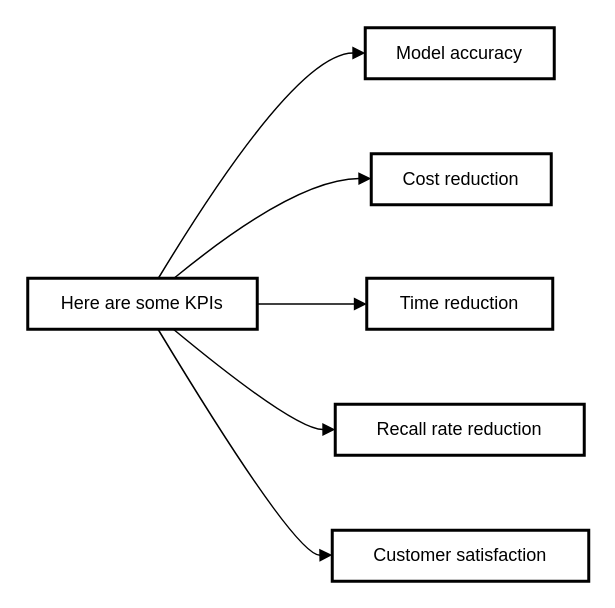
Above: img/KPI.drawio in ElmTran/ImgStg (draw.io), before the change. Source tidied: cells renumbered, new cells numbered last; positions are measured from the earlier drawing's top-left corner, leaving out a move shared by most shapes. Both pictures are drawn from the tidied source at 150%, with x=0, y=0 at pixel (27, 27).
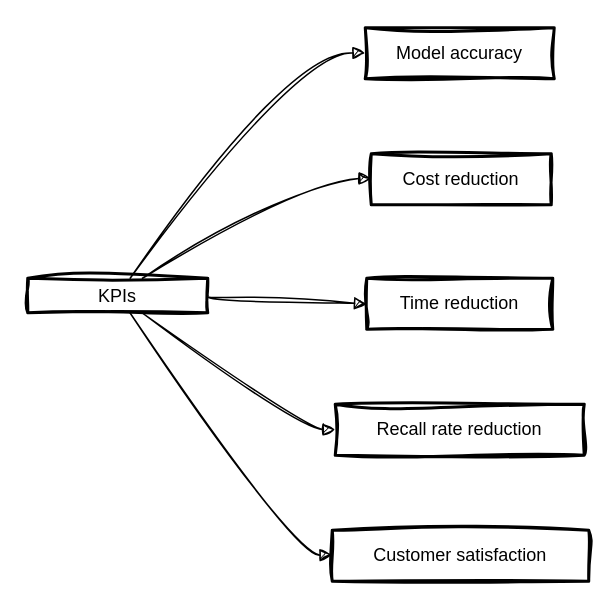
After the change.

Change to the diagram source:
```diff
@@
 <mxGraphModel>
   <root>
     <mxCell id="0" />
     <mxCell id="1" parent="0" />
-    <mxCell id="2" value="Here are some KPIs" style="whiteSpace=wrap;strokeWidth=2;" parent="1" vertex="1">
-      <mxGeometry y="167" width="153" height="34" as="geometry" />
+    <mxCell id="2" value="KPIs" style="whiteSpace=wrap;strokeWidth=2;labelBackgroundColor=none;rounded=0;sketch=1;curveFitting=1;jiggle=2;" parent="1" vertex="1">
+      <mxGeometry y="167" width="120" height="23" as="geometry" />
     </mxCell>
-    <mxCell id="3" value="Model accuracy" style="whiteSpace=wrap;strokeWidth=2;" parent="1" vertex="1">
+    <mxCell id="3" value="Model accuracy" style="whiteSpace=wrap;strokeWidth=2;labelBackgroundColor=none;rounded=0;sketch=1;curveFitting=1;jiggle=2;" parent="1" vertex="1">
       <mxGeometry x="225" width="126" height="34" as="geometry" />
     </mxCell>
-    <mxCell id="4" value="Cost reduction" style="whiteSpace=wrap;strokeWidth=2;" parent="1" vertex="1">
+    <mxCell id="4" value="Cost reduction" style="whiteSpace=wrap;strokeWidth=2;labelBackgroundColor=none;rounded=0;sketch=1;curveFitting=1;jiggle=2;" parent="1" vertex="1">
       <mxGeometry x="229" y="84" width="120" height="34" as="geometry" />
     </mxCell>
-    <mxCell id="5" value="Time reduction" style="whiteSpace=wrap;strokeWidth=2;" parent="1" vertex="1">
+    <mxCell id="5" value="Time reduction" style="whiteSpace=wrap;strokeWidth=2;labelBackgroundColor=none;rounded=0;sketch=1;curveFitting=1;jiggle=2;" parent="1" vertex="1">
       <mxGeometry x="226" y="167" width="124" height="34" as="geometry" />
     </mxCell>
-    <mxCell id="6" value="Recall rate reduction" style="whiteSpace=wrap;strokeWidth=2;" parent="1" vertex="1">
+    <mxCell id="6" value="Recall rate reduction" style="whiteSpace=wrap;strokeWidth=2;labelBackgroundColor=none;rounded=0;sketch=1;curveFitting=1;jiggle=2;" parent="1" vertex="1">
       <mxGeometry x="205" y="251" width="166" height="34" as="geometry" />
     </mxCell>
-    <mxCell id="7" value="Customer satisfaction" style="whiteSpace=wrap;strokeWidth=2;" parent="1" vertex="1">
+    <mxCell id="7" value="Customer satisfaction" style="whiteSpace=wrap;strokeWidth=2;labelBackgroundColor=none;rounded=0;sketch=1;curveFitting=1;jiggle=2;" parent="1" vertex="1">
       <mxGeometry x="203" y="335" width="171" height="34" as="geometry" />
     </mxCell>
-    <mxCell id="8" style="curved=1;startArrow=none;endArrow=block;exitX=0.5677291882320249;exitY=0.009803996366613051;entryX=0.0029349251398964535;entryY=0.4950980579151827;" parent="1" edge="1" source="2" target="3">
+    <mxCell id="8" style="curved=1;startArrow=none;endArrow=block;exitX=0.5677291882320249;exitY=0.009803996366613051;entryX=0.0029349251398964535;entryY=0.4950980579151827;labelBackgroundColor=none;fontColor=default;rounded=0;sketch=1;curveFitting=1;jiggle=2;" parent="1" edge="1" source="2" target="3">
       <mxGeometry relative="1" as="geometry">
         <Array as="points">
           <mxPoint x="178" y="17" />
         </Array>
       </mxGeometry>
     </mxCell>
-    <mxCell id="9" style="curved=1;startArrow=none;endArrow=block;exitX=0.6345562628923841;exitY=0.009803996366613051;entryX=-0.002083269755045573;entryY=0.485294173745548;" parent="1" edge="1" source="2" target="4">
+    <mxCell id="9" style="curved=1;startArrow=none;endArrow=block;exitX=0.6345562628923841;exitY=0.009803996366613051;entryX=-0.002083269755045573;entryY=0.485294173745548;labelBackgroundColor=none;fontColor=default;rounded=0;sketch=1;curveFitting=1;jiggle=2;" parent="1" edge="1" source="2" target="4">
       <mxGeometry relative="1" as="geometry">
         <Array as="points">
           <mxPoint x="178" y="101" />
         </Array>
       </mxGeometry>
     </mxCell>
-    <mxCell id="10" style="curved=1;startArrow=none;endArrow=block;exitX=1.0018042271433314;exitY=0.5049020542817957;entryX=0.0024782303840883316;entryY=0.5049020542817957;" parent="1" edge="1" source="2" target="5">
+    <mxCell id="10" style="curved=1;startArrow=none;endArrow=block;exitX=1.0018042271433314;exitY=0.5049020542817957;entryX=0.0024782303840883316;entryY=0.5049020542817957;labelBackgroundColor=none;fontColor=default;rounded=0;sketch=1;curveFitting=1;jiggle=2;" parent="1" edge="1" source="2" target="5">
       <mxGeometry relative="1" as="geometry" />
     </mxCell>
-    <mxCell id="11" style="curved=1;startArrow=none;endArrow=block;exitX=0.6345562628923841;exitY=1.0000001121969784;entryX=0.0024473351168345257;entryY=0.49509817011216106;" parent="1" edge="1" source="2" target="6">
+    <mxCell id="11" style="curved=1;startArrow=none;endArrow=block;exitX=0.6345562628923841;exitY=1.0000001121969784;entryX=0.0024473351168345257;entryY=0.49509817011216106;labelBackgroundColor=none;fontColor=default;rounded=0;sketch=1;curveFitting=1;jiggle=2;" parent="1" edge="1" source="2" target="6">
       <mxGeometry relative="1" as="geometry">
         <Array as="points">
           <mxPoint x="178" y="268" />
         </Array>
       </mxGeometry>
     </mxCell>
-    <mxCell id="12" style="curved=1;startArrow=none;endArrow=block;exitX=0.5677291882320249;exitY=1.0000001121969784;entryX=0.001614308496664839;entryY=0.48529428594252644;" parent="1" edge="1" source="2" target="7">
+    <mxCell id="12" style="curved=1;startArrow=none;endArrow=block;exitX=0.5677291882320249;exitY=1.0000001121969784;entryX=0.001614308496664839;entryY=0.48529428594252644;labelBackgroundColor=none;fontColor=default;rounded=0;sketch=1;curveFitting=1;jiggle=2;" parent="1" edge="1" source="2" target="7">
       <mxGeometry relative="1" as="geometry">
         <Array as="points">
           <mxPoint x="178" y="352" />
         </Array>
       </mxGeometry>
     </mxCell>
   </root>
 </mxGraphModel>
```
